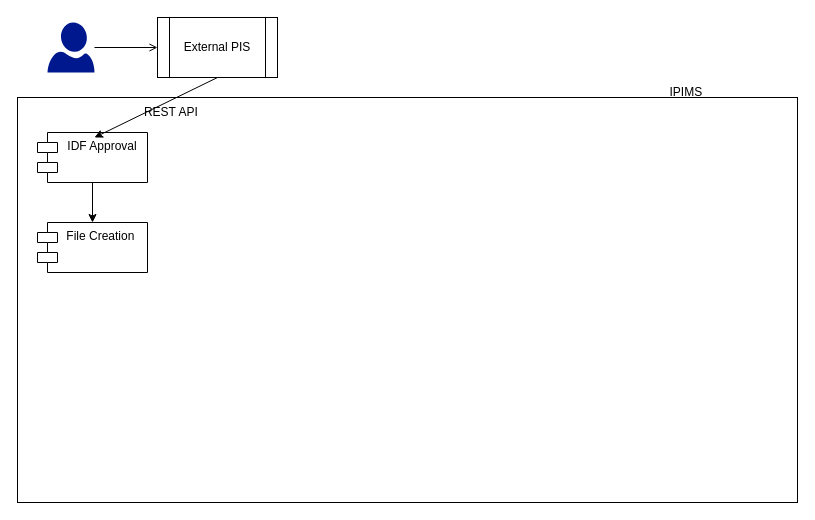
Earlier version of the draw.io diagram cnc.drawio (shpriya-bits/github-upload). Source tidied: cells renumbered, new cells numbered last; positions are measured from the earlier drawing's top-left corner, leaving out a move shared by most shapes. Both pictures are drawn from the tidied source at 100%, with x=0, y=0 at pixel (17, 17).
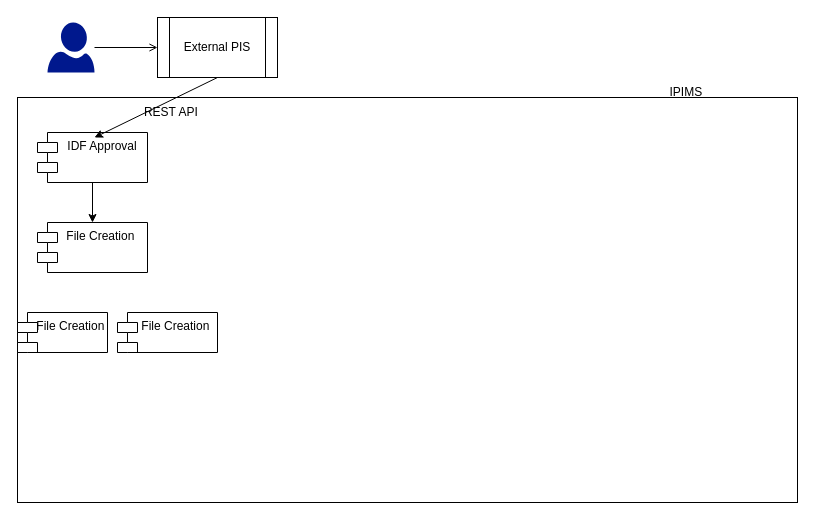
Above is the later version.

Change to the diagram source:
```diff
@@
 <mxGraphModel>
   <root>
     <mxCell id="0" />
     <mxCell id="1" parent="0" />
     <mxCell id="2" style="rounded=0;whiteSpace=wrap;html=1;" parent="1" vertex="1">
       <mxGeometry y="80" width="780" height="405" as="geometry" />
     </mxCell>
     <mxCell id="3" style="edgeStyle=orthogonalEdgeStyle;rounded=0;jettySize=auto;html=1;startArrow=none;startFill=0;endArrow=open;endFill=0;" parent="1" edge="1" source="4" target="5">
       <mxGeometry relative="1" as="geometry" />
     </mxCell>
     <mxCell id="4" style="shadow=0;dashed=0;html=1;strokeColor=none;labelPosition=center;verticalLabelPosition=bottom;verticalAlign=top;align=center;fillColor=#00188D;shape=mxgraph.azure.user;" parent="1" vertex="1">
       <mxGeometry x="30" y="5" width="47" height="50" as="geometry" />
     </mxCell>
     <mxCell id="5" value="External PIS" style="shape=process;whiteSpace=wrap;html=1;backgroundOutline=1;" parent="1" vertex="1">
       <mxGeometry x="140" width="120" height="60" as="geometry" />
     </mxCell>
     <mxCell id="6" style="edgeStyle=orthogonalEdgeStyle;rounded=0;jettySize=auto;html=1;" parent="1" edge="1" source="7" target="8">
       <mxGeometry relative="1" as="geometry" />
     </mxCell>
     <mxCell id="7" value="IDF Approval" style="shape=module;align=left;spacingLeft=20;align=center;verticalAlign=top;" parent="1" vertex="1">
       <mxGeometry x="20" y="115" width="110" height="50" as="geometry" />
     </mxCell>
     <mxCell id="8" value="File Creation " style="shape=module;align=left;spacingLeft=20;align=center;verticalAlign=top;" parent="1" vertex="1">
       <mxGeometry x="20" y="205" width="110" height="50" as="geometry" />
     </mxCell>
     <mxCell id="9" style="endArrow=none;html=1;endFill=0;startArrow=classic;startFill=1;entryX=0.5;entryY=1;entryDx=0;entryDy=0;" parent="1" edge="1" target="5">
       <mxGeometry relative="1" as="geometry">
         <mxPoint x="77" y="120" as="sourcePoint" />
       </mxGeometry>
     </mxCell>
     <mxCell id="10" value="REST API&amp;nbsp;" style="text;html=1;align=center;verticalAlign=middle;" parent="1" vertex="1">
       <mxGeometry x="120" y="85" width="70" height="20" as="geometry" />
     </mxCell>
     <mxCell id="11" value="IPIMS&amp;nbsp;" style="text;html=1;align=center;verticalAlign=middle;" parent="1" vertex="1">
       <mxGeometry x="645" y="65" width="50" height="20" as="geometry" />
     </mxCell>
+    <mxCell id="12" value="File Creation " style="shape=module;align=left;spacingLeft=20;align=center;verticalAlign=top;" parent="1" vertex="1">
+      <mxGeometry y="295" width="90" height="40" as="geometry" />
+    </mxCell>
+    <mxCell id="13" value="File Creation " style="shape=module;align=left;spacingLeft=20;align=center;verticalAlign=top;" parent="1" vertex="1">
+      <mxGeometry x="100" y="295" width="100" height="40" as="geometry" />
+    </mxCell>
   </root>
 </mxGraphModel>
```
